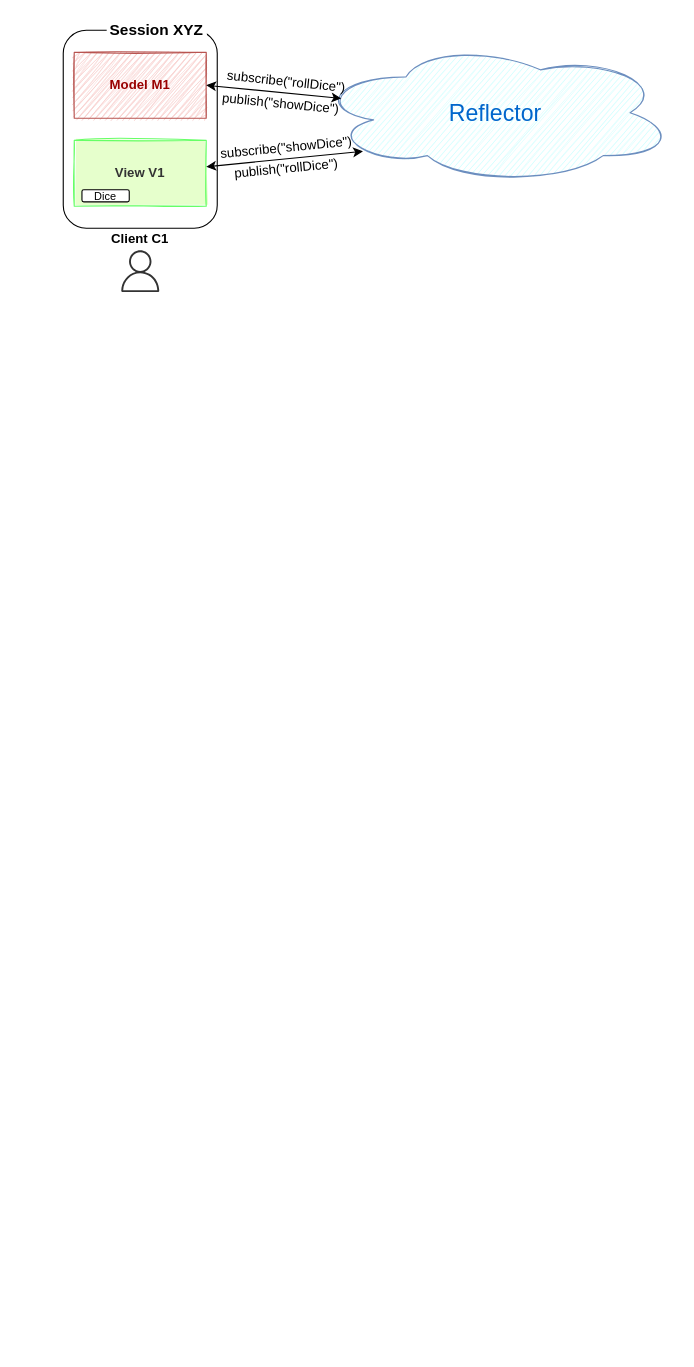
This is demos/swd21/croquet/croquet-uc.drawio from LivelyKernel/lively4-core, a draw.io file, before an edit. Source tidied: cells renumbered, new cells numbered last; positions are measured from the earlier drawing's top-left corner, leaving out a move shared by most shapes. Both pictures are drawn from the tidied source at 110%, with x=0, y=0 at pixel (63, 19).
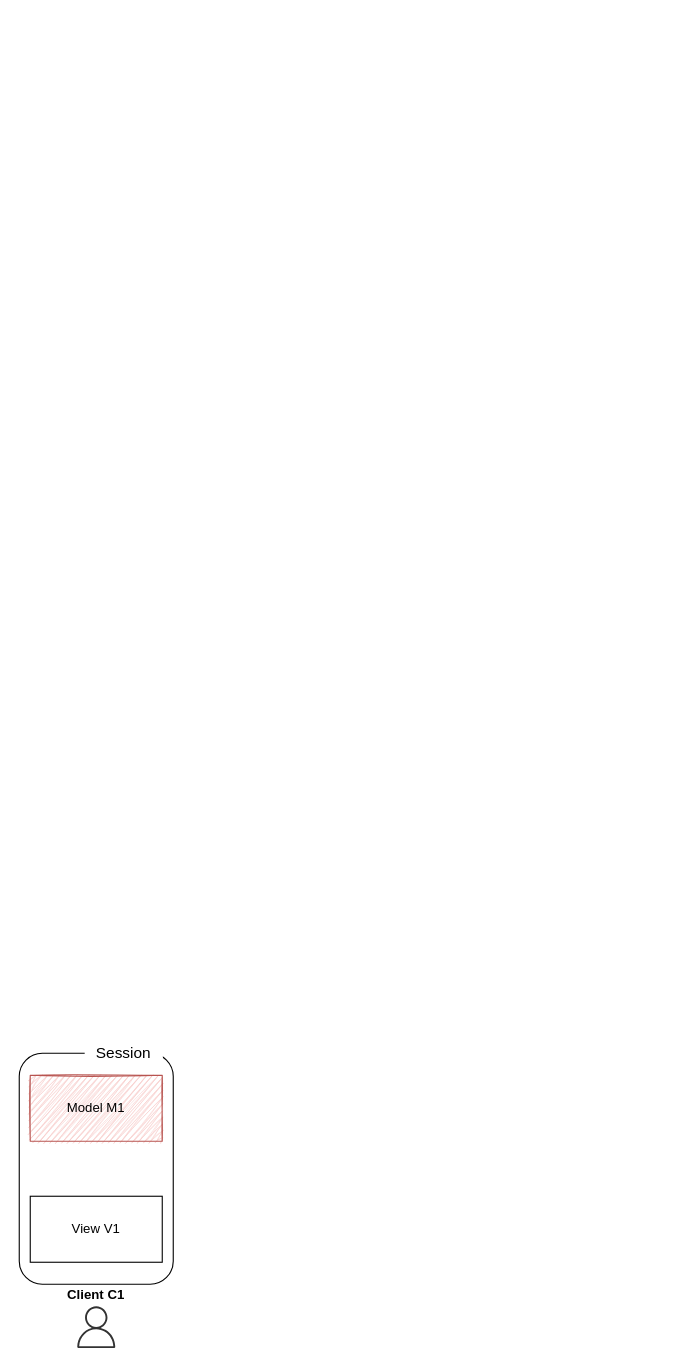
After the change.

Change to the diagram source:
```diff
@@
 <mxGraphModel background="#ffffff">
   <root>
     <mxCell id="0" />
     <mxCell id="1" parent="0" />
-    <mxCell id="2" value="View V1" style="rounded=0;whiteSpace=wrap;html=1;fontColor=#333333;sketch=1;fillStyle=solid;fontStyle=1;fillColor=#E6FFCC;strokeColor=#66FF66;" parent="1" vertex="1">
-      <mxGeometry x="10" y="110" width="120" height="60" as="geometry" />
-    </mxCell>
     <mxCell id="3" style="rounded=1;whiteSpace=wrap;html=1;fillColor=none;" parent="1" vertex="1">
-      <mxGeometry y="10" width="140" height="180" as="geometry" />
+      <mxGeometry x="-40" y="940" width="140" height="210" as="geometry" />
     </mxCell>
-    <mxCell id="4" value="Model M1" style="rounded=0;whiteSpace=wrap;html=1;fillColor=#f8cecc;strokeColor=#b85450;sketch=1;fillStyle=zigzag;fontColor=#990000;fontStyle=1;" parent="1" vertex="1">
-      <mxGeometry x="10" y="30" width="120" height="60" as="geometry" />
+    <mxCell id="4" value="Model M1" style="rounded=0;whiteSpace=wrap;html=1;fillColor=#f8cecc;strokeColor=#b85450;sketch=1;fillStyle=zigzag;" parent="1" vertex="1">
+      <mxGeometry x="-30" y="960" width="120" height="60" as="geometry" />
     </mxCell>
+    <mxCell id="2" value="View V1" style="rounded=0;whiteSpace=wrap;html=1;" parent="1" vertex="1">
+      <mxGeometry x="-30" y="1070" width="120" height="60" as="geometry" />
+    </mxCell>
     <mxCell id="5" value="Client C1" style="text;html=1;strokeColor=none;fillColor=none;align=center;verticalAlign=middle;whiteSpace=wrap;rounded=0;fontStyle=1;" parent="1" vertex="1">
-      <mxGeometry x="35" y="190" width="70" height="20" as="geometry" />
+      <mxGeometry x="-5" y="1150" width="70" height="20" as="geometry" />
     </mxCell>
-    <mxCell id="6" value="Session XYZ" style="text;html=1;align=center;verticalAlign=middle;whiteSpace=wrap;rounded=0;sketch=1;fontSize=14;fillColor=#ffffff;fontStyle=1;" parent="1" vertex="1">
-      <mxGeometry x="40" width="90" height="20" as="geometry" />
+    <mxCell id="6" value="Session" style="text;html=1;align=center;verticalAlign=middle;whiteSpace=wrap;rounded=0;sketch=1;fontSize=14;fillColor=#ffffff;" parent="1" vertex="1">
+      <mxGeometry x="20" y="930" width="70" height="20" as="geometry" />
     </mxCell>
     <mxCell id="7" style="dashed=0;verticalLabelPosition=bottom;verticalAlign=top;align=center;html=1;fontSize=12;fontStyle=0;shape=mxgraph.aws4.user;sketch=0;fillColor=#333333;strokeWidth=1;" parent="1" vertex="1">
-      <mxGeometry x="51" y="210" width="38" height="38" as="geometry" />
+      <mxGeometry x="11" y="1170" width="38" height="38" as="geometry" />
     </mxCell>
-    <mxCell id="8" value="Reflector" style="ellipse;shape=cloud;whiteSpace=wrap;html=1;sketch=1;fontSize=21;strokeColor=#6c8ebf;fillColor=#CCFFFF;fontColor=#0066CC;" parent="1" vertex="1">
-      <mxGeometry x="230" y="20" width="326" height="130" as="geometry" />
-    </mxCell>
-    <mxCell id="9" value="Dice" style="rounded=1;whiteSpace=wrap;html=1;fontSize=10;" parent="1" vertex="1">
-      <mxGeometry x="17" y="155" width="43" height="11" as="geometry" />
-    </mxCell>
-    <mxCell id="10" style="rounded=0;orthogonalLoop=1;jettySize=auto;html=1;entryX=0.13;entryY=0.77;entryDx=0;entryDy=0;entryPerimeter=0;fontColor=#990000;startArrow=classic;startFill=1;" parent="1" edge="1">
-      <mxGeometry relative="1" as="geometry">
-        <mxPoint x="130" y="134.1" as="sourcePoint" />
-        <mxPoint x="272.4" y="120.1" as="targetPoint" />
-      </mxGeometry>
-    </mxCell>
-    <mxCell id="11" style="edgeStyle=none;rounded=0;orthogonalLoop=1;jettySize=auto;html=1;entryX=1;entryY=0.5;entryDx=0;entryDy=0;fontSize=12;fontColor=#000000;exitX=0.07;exitY=0.4;exitDx=0;exitDy=0;exitPerimeter=0;startArrow=classic;startFill=1;" parent="1" edge="1">
-      <mxGeometry relative="1" as="geometry">
-        <mxPoint x="252.8" y="72" as="sourcePoint" />
-        <mxPoint x="130" y="60" as="targetPoint" />
-      </mxGeometry>
-    </mxCell>
-    <mxCell id="12" value="publish(&quot;rollDice&quot;)" style="text;html=1;strokeColor=none;fillColor=none;align=center;verticalAlign=middle;whiteSpace=wrap;rounded=0;sketch=1;fontSize=12;rotation=354.5;" parent="1" vertex="1">
-      <mxGeometry x="150" y="126" width="106" height="20" as="geometry" />
-    </mxCell>
-    <mxCell id="13" value="subscribe(&quot;rollDice&quot;)" style="text;html=1;strokeColor=none;fillColor=none;align=center;verticalAlign=middle;whiteSpace=wrap;rounded=0;sketch=1;fontSize=12;rotation=6;" parent="1" vertex="1">
-      <mxGeometry x="150" y="47" width="106" height="20" as="geometry" />
-    </mxCell>
-    <mxCell id="14" value="subscribe(&quot;showDice&quot;)" style="text;html=1;strokeColor=none;fillColor=none;align=center;verticalAlign=middle;whiteSpace=wrap;rounded=0;sketch=1;fontSize=12;rotation=354.5;" parent="1" vertex="1">
-      <mxGeometry x="150" y="107" width="106" height="20" as="geometry" />
-    </mxCell>
-    <mxCell id="15" value="publish(&quot;showDice&quot;)" style="text;html=1;strokeColor=none;fillColor=none;align=center;verticalAlign=middle;whiteSpace=wrap;rounded=0;sketch=1;fontSize=12;rotation=5.5;" parent="1" vertex="1">
-      <mxGeometry x="145" y="67" width="106" height="20" as="geometry" />
-    </mxCell>
   </root>
 </mxGraphModel>
```
